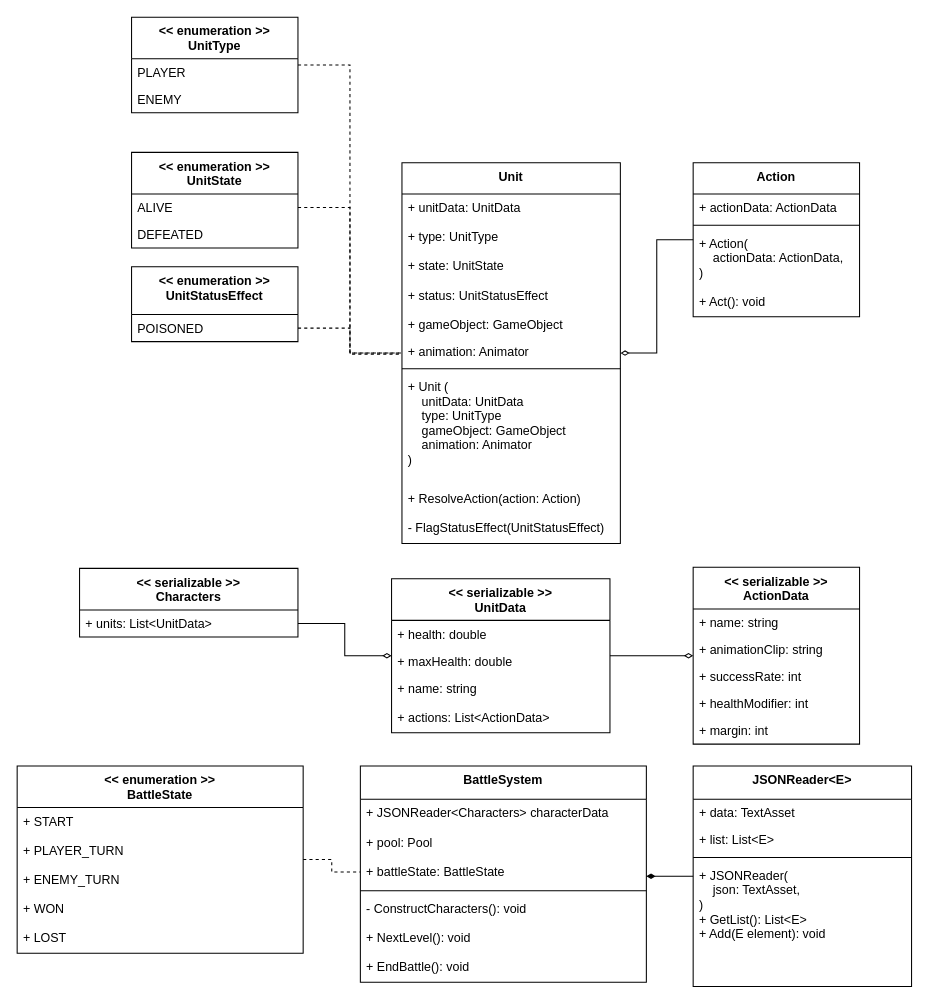
Earlier version of the draw.io diagram Assets/Script/Battle/BattleSystem.drawio (ShinyRa/Brackeys-gamejam). Source tidied: cells renumbered, new cells numbered last; positions are measured from the earlier drawing's top-left corner, leaving out a move shared by most shapes. Both pictures are drawn from the tidied source at 104%, with x=0, y=0 at pixel (17, 17).
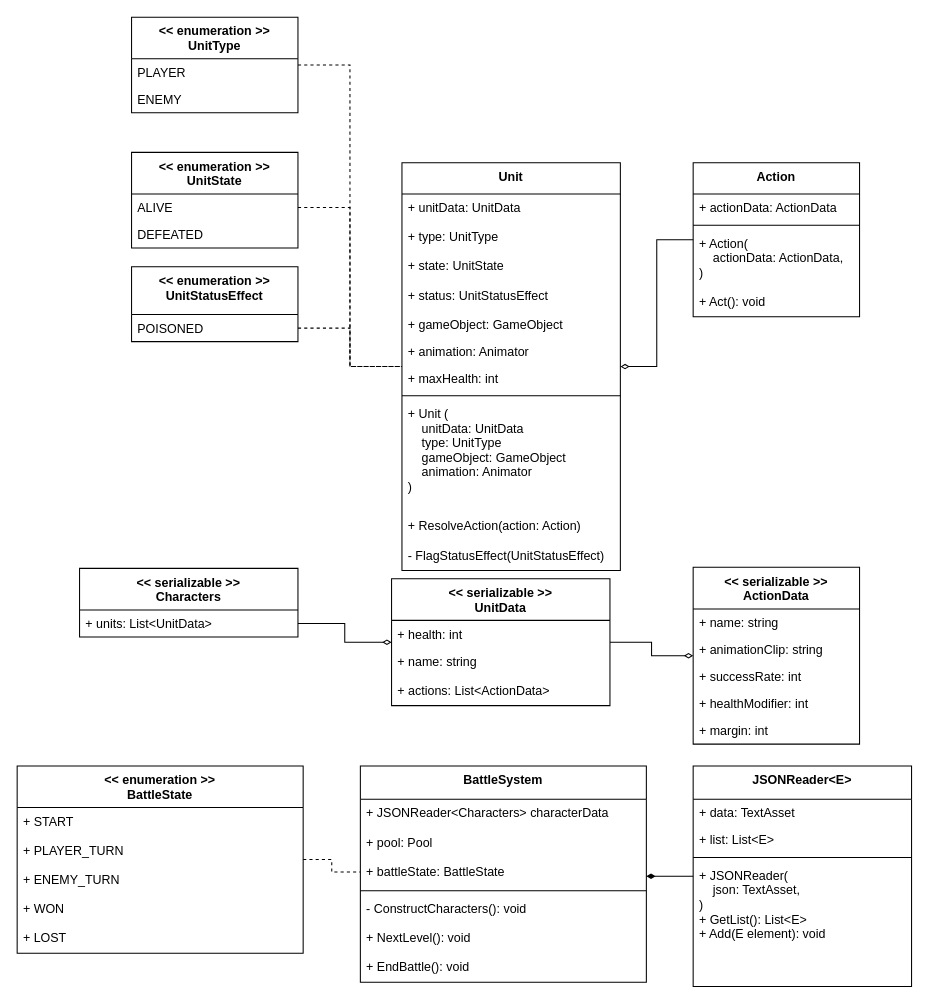
The same diagram, later.

The change refers to these unchanged cells:
```xml
<mxCell id="27" value="&lt;&lt; enumeration &gt;&gt;&#10;UnitType" style="swimlane;fontStyle=1;align=center;verticalAlign=top;horizontal=1;startSize=40;" parent="1" vertex="1">
  <mxGeometry x="110" width="160" height="92" as="geometry" />
</mxCell>
```

Change to the diagram source:
```diff
@@
     <mxCell id="2" value="Unit" style="swimlane;fontStyle=1;align=center;verticalAlign=top;horizontal=1;startSize=30;" parent="1" vertex="1">
-      <mxGeometry x="370" y="140" width="210" height="366" as="geometry" />
+      <mxGeometry x="370" y="140" width="210" height="392" as="geometry" />
     </mxCell>
@@
+    <mxCell id="55" value="+ maxHealth: int" style="text;strokeColor=none;fillColor=none;align=left;verticalAlign=top;spacingLeft=4;spacingRight=4;overflow=hidden;" parent="2" vertex="1">
+      <mxGeometry y="194" width="210" height="26" as="geometry" />
+    </mxCell>
     <mxCell id="9" style="line;strokeWidth=1;fillColor=none;align=left;verticalAlign=middle;spacingTop=-1;spacingLeft=3;spacingRight=3;labelPosition=right;" parent="2" vertex="1">
-      <mxGeometry y="194" width="210" height="8" as="geometry" />
+      <mxGeometry y="220" width="210" height="8" as="geometry" />
     </mxCell>
     <mxCell id="10" value="+ Unit (&#10;    unitData: UnitData&#10;    type: UnitType&#10;    gameObject: GameObject&#10;    animation: Animator&#10;)" style="text;strokeColor=none;fillColor=none;align=left;verticalAlign=top;spacingLeft=4;spacingRight=4;overflow=hidden;" parent="2" vertex="1">
-      <mxGeometry y="202" width="210" height="108" as="geometry" />
+      <mxGeometry y="228" width="210" height="108" as="geometry" />
     </mxCell>
     <mxCell id="11" value="+ ResolveAction(action: Action)" style="text;strokeColor=none;fillColor=none;align=left;verticalAlign=top;spacingLeft=4;spacingRight=4;overflow=hidden;" parent="2" vertex="1">
-      <mxGeometry y="310" width="210" height="28" as="geometry" />
+      <mxGeometry y="336" width="210" height="28" as="geometry" />
     </mxCell>
     <mxCell id="12" value="- FlagStatusEffect(UnitStatusEffect)" style="text;strokeColor=none;fillColor=none;align=left;verticalAlign=top;spacingLeft=4;spacingRight=4;overflow=hidden;" parent="2" vertex="1">
-      <mxGeometry y="338" width="210" height="28" as="geometry" />
+      <mxGeometry y="364" width="210" height="28" as="geometry" />
     </mxCell>
@@
     <mxCell id="26" style="edgeStyle=orthogonalEdgeStyle;rounded=0;jettySize=auto;html=1;endArrow=none;endFill=0;dashed=1;" parent="1" edge="1" source="27" target="2">
       <mxGeometry relative="1" as="geometry">
         <Array as="points">
           <mxPoint x="320" y="46" />
-          <mxPoint x="320" y="324" />
+          <mxPoint x="320" y="336" />
         </Array>
       </mxGeometry>
     </mxCell>
@@
     <mxCell id="53" value="&lt;&lt; serializable &gt;&gt;&#10;UnitData" style="swimlane;fontStyle=1;align=center;verticalAlign=top;horizontal=1;startSize=40;" parent="1" vertex="1">
-      <mxGeometry x="360" y="540" width="210" height="148" as="geometry" />
+      <mxGeometry x="360" y="540" width="210" height="122" as="geometry" />
     </mxCell>
-    <mxCell id="54" value="+ health: double" style="text;strokeColor=none;fillColor=none;align=left;verticalAlign=top;spacingLeft=4;spacingRight=4;overflow=hidden;" parent="53" vertex="1">
+    <mxCell id="54" value="+ health: int" style="text;strokeColor=none;fillColor=none;align=left;verticalAlign=top;spacingLeft=4;spacingRight=4;overflow=hidden;" parent="53" vertex="1">
       <mxGeometry y="40" width="210" height="26" as="geometry" />
     </mxCell>
-    <mxCell id="55" value="+ maxHealth: double" style="text;strokeColor=none;fillColor=none;align=left;verticalAlign=top;spacingLeft=4;spacingRight=4;overflow=hidden;" parent="53" vertex="1">
-      <mxGeometry y="66" width="210" height="26" as="geometry" />
-    </mxCell>
     <mxCell id="56" value="+ name: string" style="text;strokeColor=none;fillColor=none;align=left;verticalAlign=top;spacingLeft=4;spacingRight=4;overflow=hidden;" parent="53" vertex="1">
-      <mxGeometry y="92" width="210" height="28" as="geometry" />
+      <mxGeometry y="66" width="210" height="28" as="geometry" />
     </mxCell>
     <mxCell id="57" value="+ actions: List&lt;ActionData&gt;" style="text;strokeColor=none;fillColor=none;align=left;verticalAlign=top;spacingLeft=4;spacingRight=4;overflow=hidden;" parent="53" vertex="1">
-      <mxGeometry y="120" width="210" height="28" as="geometry" />
+      <mxGeometry y="94" width="210" height="28" as="geometry" />
     </mxCell>
```
